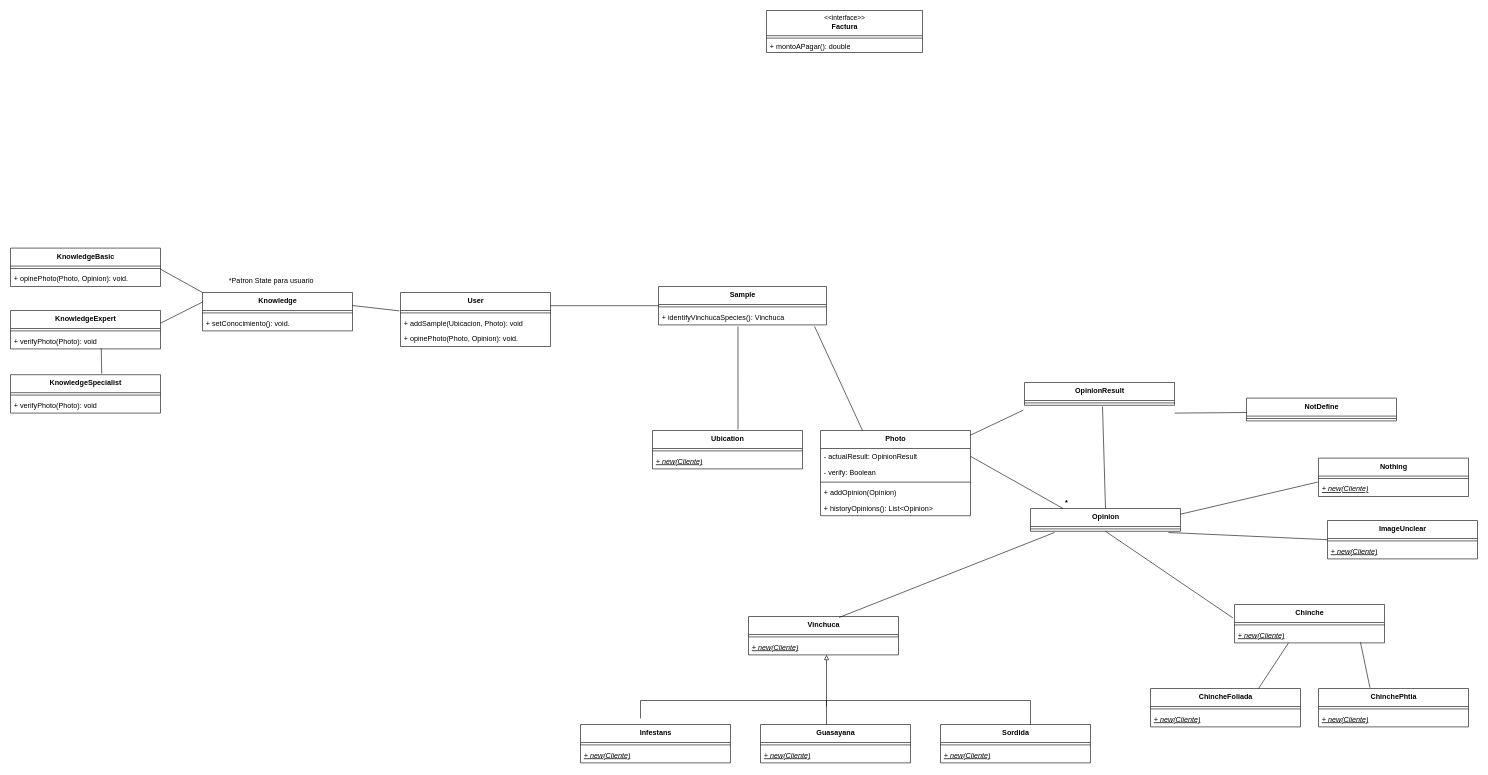
Earlier version of the draw.io diagram documentacion/UML.drawio (dkippes/TP-Final-Objetos-2). Source tidied: cells renumbered, new cells numbered last; positions are measured from the earlier drawing's top-left corner, leaving out a move shared by most shapes. Both pictures are drawn from the tidied source at 60%, with x=0, y=0 at pixel (10, 10).
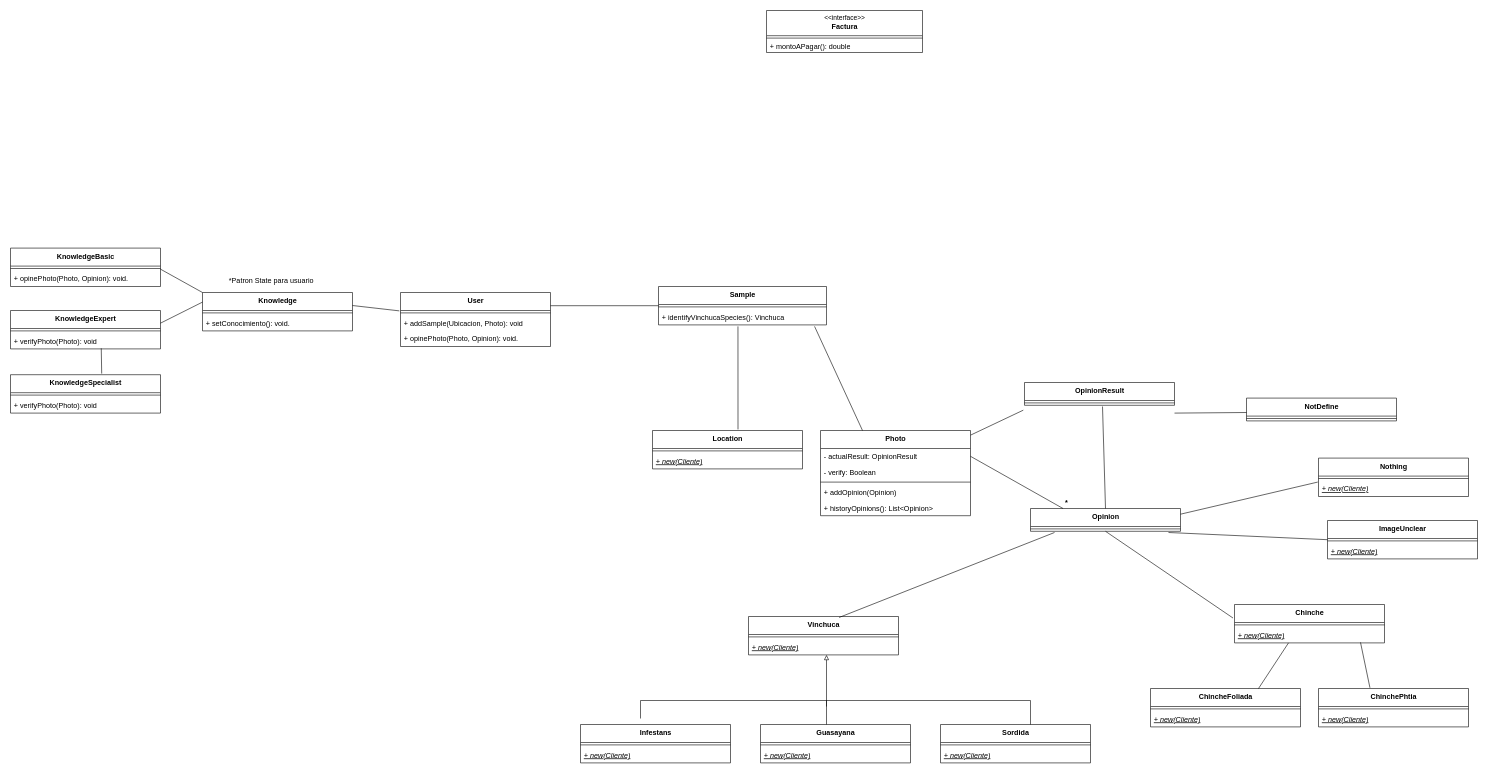
Above is the later version.

What changed in the source:
```diff
@@
-    <mxCell id="35" value="&lt;span style=&quot;font-size: 12px;&quot;&gt;&lt;b&gt;Ubication&lt;/b&gt;&lt;/span&gt;" style="swimlane;fontStyle=0;align=center;verticalAlign=top;horizontal=1;startSize=30;html=1;labelBackgroundColor=none;labelBorderColor=none;fontSize=11;" parent="1" vertex="1">
+    <mxCell id="35" value="&lt;span style=&quot;font-size: 12px;&quot;&gt;&lt;b&gt;Location&lt;/b&gt;&lt;/span&gt;" style="swimlane;fontStyle=0;align=center;verticalAlign=top;horizontal=1;startSize=30;html=1;labelBackgroundColor=none;labelBorderColor=none;fontSize=11;" parent="1" vertex="1">
       <mxGeometry x="1070" y="700" width="250" height="64" as="geometry" />
     </mxCell>
```
